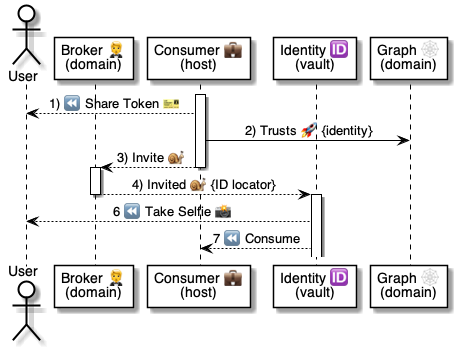
Earlier version of the PlantUML export 5 ⏩ Flows/20 💼⏩ Consumers/.📎 Assets/⚙️ Query Token+ID.png (pollyweb-org/pollyweb-docs). Its source is kept beside it as 5 ⏩ Flows/20 💼⏩ Consumers/.📎 Assets/⚙️ Query Token+ID.puml.
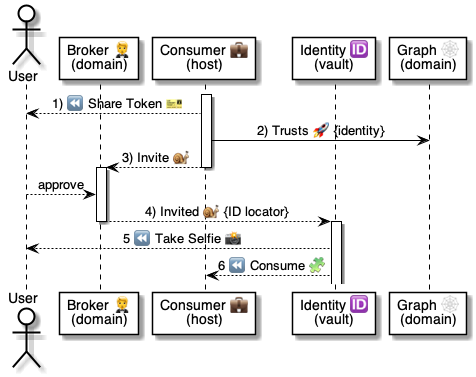
Above is the later version.

Diff of the diagram source:
```diff
@@ -19,6 +19,7 @@
     deactivate consumer
 
     activate broker
+        user --> broker: approve
         broker --> identity: 4) Invited 🐌 {ID locator}
     deactivate broker
 
@@ -27,9 +28,9 @@
 
 
 
-identity --> user: 6 ⏪ Take Selfie 📸
+identity --> user: 5 ⏪ Take Selfie 📸
 
-identity --> consumer:  7 ⏪ Consume
+identity --> consumer:  6 ⏪ Consume 🧩
 
 
 @enduml
```
